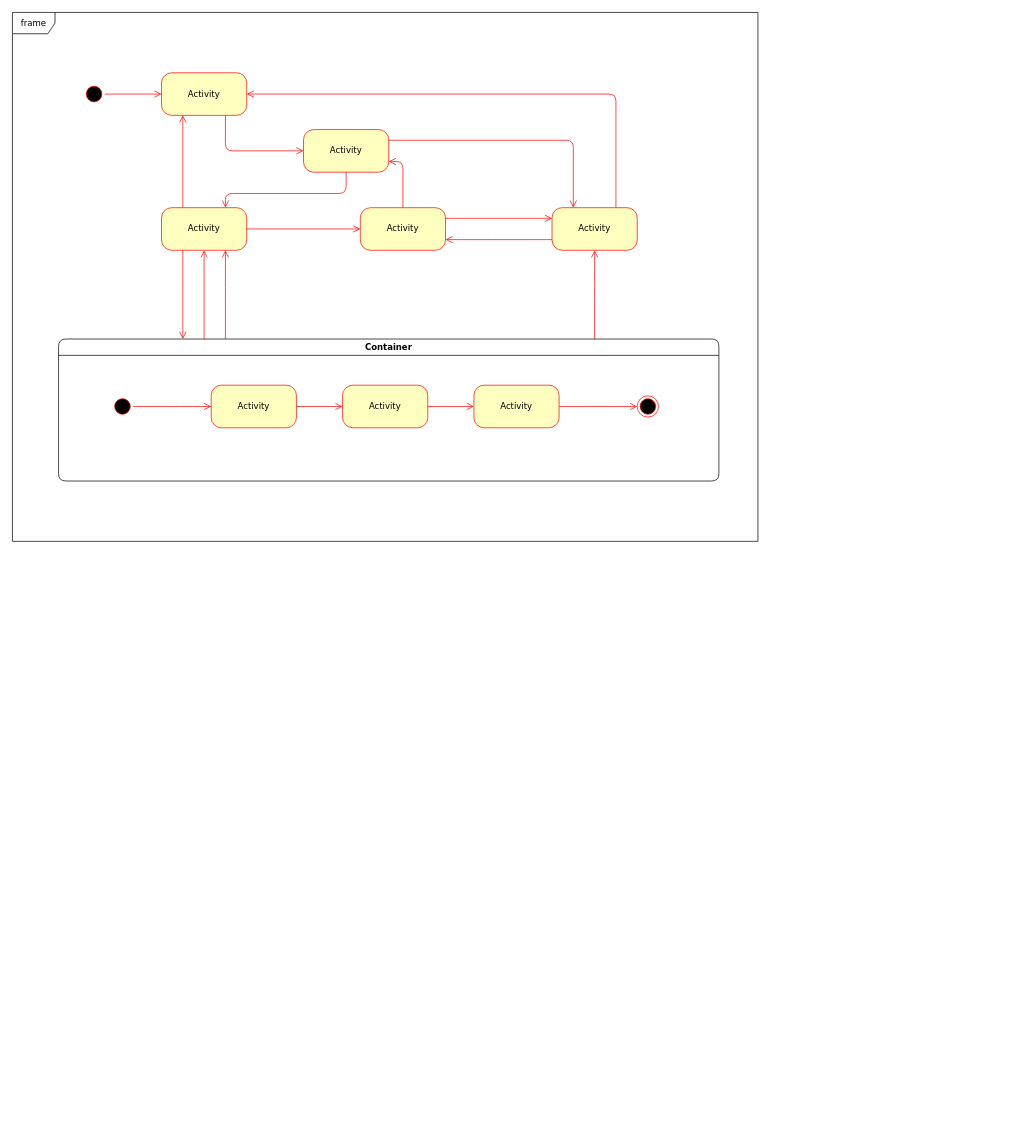
This is Untitled Diagram.drawio from ParchingSun/DrawIo, a draw.io file, before an edit. Source tidied: cells renumbered, new cells numbered last; positions are measured from the earlier drawing's top-left corner, leaving out a move shared by most shapes. Both pictures are drawn from the tidied source at 71%, with x=0, y=0 at pixel (12, 12).
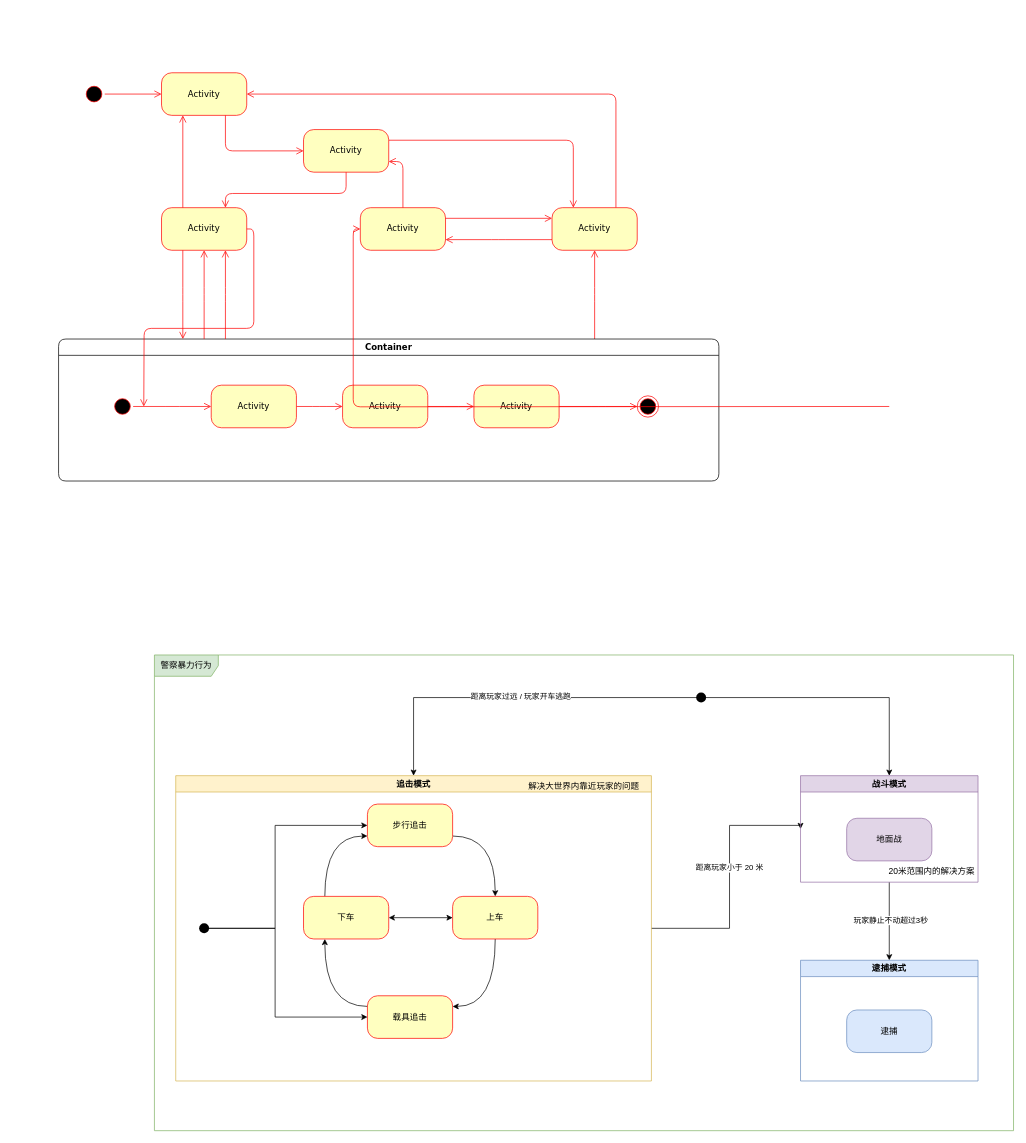
After the change.

The change refers to these unchanged cells:
```xml
<mxCell id="3" value="Activity" style="rounded=1;whiteSpace=wrap;html=1;arcSize=24;fillColor=#ffffc0;strokeColor=#ff0000;shadow=0;comic=0;labelBackgroundColor=none;fontFamily=Verdana;fontSize=12;fontColor=#000000;align=center;" parent="1" vertex="1">
  <mxGeometry x="210" y="275" width="120" height="60" as="geometry" />
</mxCell>
<mxCell id="10" value="Activity" style="rounded=1;whiteSpace=wrap;html=1;arcSize=24;fillColor=#ffffc0;strokeColor=#ff0000;shadow=0;comic=0;labelBackgroundColor=none;fontFamily=Verdana;fontSize=12;fontColor=#000000;align=center;" parent="1" vertex="1">
  <mxGeometry x="490" y="275" width="120" height="60" as="geometry" />
</mxCell>
```

Diff of the diagram source:
```diff
@@
-    <mxCell id="22" value="frame" style="shape=umlFrame;whiteSpace=wrap;html=1;rounded=1;shadow=0;comic=0;labelBackgroundColor=none;strokeWidth=1;fontFamily=Verdana;fontSize=12;align=center;" parent="1" vertex="1">
-      <mxGeometry width="1050" height="745" as="geometry" />
-    </mxCell>
@@
-    <mxCell id="27" style="edgeStyle=orthogonalEdgeStyle;html=1;exitX=1;exitY=0.5;entryX=0;entryY=0.5;labelBackgroundColor=none;endArrow=open;endSize=8;strokeColor=#ff0000;fontFamily=Verdana;fontSize=12;align=left;" parent="1" edge="1" source="3" target="10">
-      <mxGeometry relative="1" as="geometry" />
+    <mxCell id="27" style="edgeStyle=orthogonalEdgeStyle;html=1;exitX=1;exitY=0.5;entryX=0;entryY=0.5;labelBackgroundColor=none;endArrow=open;endSize=8;strokeColor=#ff0000;fontFamily=Verdana;fontSize=12;align=left;" parent="1" edge="1" target="10">
+      <mxGeometry relative="1" as="geometry">
+        <mxPoint x="1235" y="555" as="sourcePoint" />
+      </mxGeometry>
     </mxCell>
@@
+    <mxCell id="33" value="警察暴力行为" style="shape=umlFrame;whiteSpace=wrap;html=1;width=90;height=30;fillColor=#d5e8d4;strokeColor=#82b366;" parent="1" vertex="1">
+      <mxGeometry x="200" y="905" width="1210" height="670" as="geometry" />
+    </mxCell>
+    <mxCell id="34" style="edgeStyle=orthogonalEdgeStyle;rounded=0;jettySize=auto;html=1;entryX=0.5;entryY=0;entryDx=0;entryDy=0;" parent="1" edge="1" source="37" target="40">
+      <mxGeometry relative="1" as="geometry" />
+    </mxCell>
+    <mxCell id="35" value="距离玩家过远 / 玩家开车逃跑" style="edgeLabel;html=1;align=center;verticalAlign=middle;" parent="34" vertex="1">
+      <mxGeometry x="-0.01" y="-2" relative="1" as="geometry" />
+    </mxCell>
+    <mxCell id="36" style="edgeStyle=orthogonalEdgeStyle;rounded=0;jettySize=auto;html=1;" parent="1" edge="1" source="37" target="56">
+      <mxGeometry relative="1" as="geometry" />
+    </mxCell>
+    <mxCell id="37" style="shape=waypoint;sketch=0;fillStyle=solid;size=6;points=[];fillColor=none;perimeter=centerPerimeter;snapToPoint=1;strokeWidth=5;" parent="1" vertex="1">
+      <mxGeometry x="960" y="955" width="20" height="20" as="geometry" />
+    </mxCell>
+    <mxCell id="38" style="edgeStyle=orthogonalEdgeStyle;rounded=0;jettySize=auto;html=1;exitX=1;exitY=0.5;exitDx=0;exitDy=0;entryX=0;entryY=0.5;entryDx=0;entryDy=0;" parent="1" edge="1" source="40" target="56">
+      <mxGeometry relative="1" as="geometry">
+        <Array as="points">
+          <mxPoint x="1010" y="1290" />
+          <mxPoint x="1010" y="1145" />
+        </Array>
+      </mxGeometry>
+    </mxCell>
+    <mxCell id="39" value="距离玩家小于 20 米" style="edgeLabel;html=1;align=center;verticalAlign=middle;" parent="38" vertex="1">
+      <mxGeometry x="0.09" y="2" relative="1" as="geometry">
+        <mxPoint x="1" as="offset" />
+      </mxGeometry>
+    </mxCell>
+    <mxCell id="40" value="追击模式" style="swimlane;whiteSpace=wrap;html=1;fillColor=#fff2cc;strokeColor=#d6b656;" parent="1" vertex="1">
+      <mxGeometry x="230" y="1075" width="670" height="430" as="geometry" />
+    </mxCell>
+    <mxCell id="41" style="edgeStyle=orthogonalEdgeStyle;rounded=0;jettySize=auto;html=1;entryX=0.5;entryY=0;entryDx=0;entryDy=0;exitX=1;exitY=0.75;exitDx=0;exitDy=0;curved=1;" parent="40" edge="1" source="42" target="46">
+      <mxGeometry relative="1" as="geometry" />
+    </mxCell>
+    <mxCell id="42" value="步行追击" style="rounded=1;whiteSpace=wrap;html=1;arcSize=24;fillColor=#ffffc0;strokeColor=#ff0000;shadow=0;comic=0;labelBackgroundColor=none;fontFamily=Verdana;fontSize=12;fontColor=#000000;align=center;" parent="40" vertex="1">
+      <mxGeometry x="270" y="40" width="120" height="60" as="geometry" />
+    </mxCell>
+    <mxCell id="43" style="edgeStyle=orthogonalEdgeStyle;rounded=0;jettySize=auto;html=1;entryX=0.25;entryY=1;entryDx=0;entryDy=0;curved=1;exitX=0;exitY=0.25;exitDx=0;exitDy=0;" parent="40" edge="1" source="44" target="53">
+      <mxGeometry relative="1" as="geometry">
+        <Array as="points">
+          <mxPoint x="210" y="325" />
+        </Array>
+      </mxGeometry>
+    </mxCell>
+    <mxCell id="44" value="载具追击" style="rounded=1;whiteSpace=wrap;html=1;arcSize=24;fillColor=#ffffc0;strokeColor=#ff0000;shadow=0;comic=0;labelBackgroundColor=none;fontFamily=Verdana;fontSize=12;fontColor=#000000;align=center;" parent="40" vertex="1">
+      <mxGeometry x="270" y="310" width="120" height="60" as="geometry" />
+    </mxCell>
+    <mxCell id="45" style="edgeStyle=orthogonalEdgeStyle;rounded=0;jettySize=auto;html=1;entryX=1;entryY=0.25;entryDx=0;entryDy=0;curved=1;" parent="40" edge="1" source="46" target="44">
+      <mxGeometry relative="1" as="geometry" />
+    </mxCell>
+    <mxCell id="46" value="上车" style="rounded=1;whiteSpace=wrap;html=1;arcSize=24;fillColor=#ffffc0;strokeColor=#ff0000;shadow=0;comic=0;labelBackgroundColor=none;fontFamily=Verdana;fontSize=12;fontColor=#000000;align=center;" parent="40" vertex="1">
+      <mxGeometry x="390" y="170" width="120" height="60" as="geometry" />
+    </mxCell>
+    <mxCell id="47" style="edgeStyle=orthogonalEdgeStyle;rounded=0;jettySize=auto;html=1;entryX=0;entryY=0.5;entryDx=0;entryDy=0;" parent="40" edge="1" source="50" target="44">
+      <mxGeometry relative="1" as="geometry">
+        <Array as="points">
+          <mxPoint x="140" y="215" />
+          <mxPoint x="140" y="340" />
+        </Array>
+      </mxGeometry>
+    </mxCell>
+    <mxCell id="48" style="edgeStyle=orthogonalEdgeStyle;rounded=0;jettySize=auto;html=1;entryX=0;entryY=0.5;entryDx=0;entryDy=0;startArrow=classic;startFill=1;" parent="40" edge="1" source="53" target="46">
+      <mxGeometry relative="1" as="geometry" />
+    </mxCell>
+    <mxCell id="49" style="edgeStyle=orthogonalEdgeStyle;rounded=0;jettySize=auto;html=1;entryX=0;entryY=0.5;entryDx=0;entryDy=0;" parent="40" edge="1" source="50" target="42">
+      <mxGeometry relative="1" as="geometry">
+        <Array as="points">
+          <mxPoint x="140" y="215" />
+          <mxPoint x="140" y="70" />
+        </Array>
+      </mxGeometry>
+    </mxCell>
+    <mxCell id="50" style="shape=waypoint;sketch=0;fillStyle=solid;size=6;points=[];fillColor=none;perimeter=centerPerimeter;snapToPoint=1;strokeWidth=5;" parent="40" vertex="1">
+      <mxGeometry x="30" y="205" width="20" height="20" as="geometry" />
+    </mxCell>
+    <mxCell id="51" value="解决大世界内靠近玩家的问题" style="text;html=1;align=center;verticalAlign=middle;whiteSpace=wrap;rounded=0;" parent="40" vertex="1">
+      <mxGeometry x="490" width="170" height="30" as="geometry" />
+    </mxCell>
+    <mxCell id="52" style="edgeStyle=orthogonalEdgeStyle;rounded=0;jettySize=auto;html=1;entryX=0;entryY=0.75;entryDx=0;entryDy=0;curved=1;exitX=0.25;exitY=0;exitDx=0;exitDy=0;" parent="40" edge="1" source="53" target="42">
+      <mxGeometry relative="1" as="geometry" />
+    </mxCell>
+    <mxCell id="53" value="下车" style="rounded=1;whiteSpace=wrap;html=1;arcSize=24;fillColor=#ffffc0;strokeColor=#ff0000;shadow=0;comic=0;labelBackgroundColor=none;fontFamily=Verdana;fontSize=12;fontColor=#000000;align=center;" parent="40" vertex="1">
+      <mxGeometry x="180" y="170" width="120" height="60" as="geometry" />
+    </mxCell>
+    <mxCell id="54" style="edgeStyle=orthogonalEdgeStyle;rounded=0;jettySize=auto;html=1;" parent="1" edge="1" source="56" target="59">
+      <mxGeometry relative="1" as="geometry" />
+    </mxCell>
+    <mxCell id="55" value="玩家静止不动超过3秒" style="edgeLabel;html=1;align=center;verticalAlign=middle;" parent="54" vertex="1">
+      <mxGeometry x="-0.05" y="1" relative="1" as="geometry">
+        <mxPoint y="1" as="offset" />
+      </mxGeometry>
+    </mxCell>
+    <mxCell id="56" value="战斗模式" style="swimlane;whiteSpace=wrap;html=1;fillColor=#e1d5e7;strokeColor=#9673a6;" parent="1" vertex="1">
+      <mxGeometry x="1110" y="1075" width="250" height="150" as="geometry" />
+    </mxCell>
+    <mxCell id="57" value="地面战" style="rounded=1;whiteSpace=wrap;html=1;arcSize=24;fillColor=#e1d5e7;strokeColor=#9673a6;shadow=0;comic=0;labelBackgroundColor=none;fontFamily=Verdana;fontSize=12;align=center;" parent="56" vertex="1">
+      <mxGeometry x="65" y="60" width="120" height="60" as="geometry" />
+    </mxCell>
+    <mxCell id="58" value="20米范围内的解决方案" style="text;html=1;align=center;verticalAlign=middle;whiteSpace=wrap;rounded=0;" parent="56" vertex="1">
+      <mxGeometry x="100" y="120" width="170" height="30" as="geometry" />
+    </mxCell>
+    <mxCell id="59" value="逮捕模式" style="swimlane;whiteSpace=wrap;html=1;fillColor=#dae8fc;strokeColor=#6c8ebf;" parent="1" vertex="1">
+      <mxGeometry x="1110" y="1335" width="250" height="170" as="geometry" />
+    </mxCell>
+    <mxCell id="60" value="逮捕" style="rounded=1;whiteSpace=wrap;html=1;arcSize=24;fillColor=#dae8fc;strokeColor=#6c8ebf;shadow=0;comic=0;labelBackgroundColor=none;fontFamily=Verdana;fontSize=12;align=center;" parent="59" vertex="1">
+      <mxGeometry x="65" y="70" width="120" height="60" as="geometry" />
+    </mxCell>
+    <mxCell id="61" style="edgeStyle=orthogonalEdgeStyle;html=1;exitX=1;exitY=0.5;entryX=0;entryY=0.5;labelBackgroundColor=none;endArrow=open;endSize=8;strokeColor=#ff0000;fontFamily=Verdana;fontSize=12;align=left;" parent="1" edge="1" source="3">
+      <mxGeometry relative="1" as="geometry">
+        <mxPoint x="185" y="555" as="targetPoint" />
+      </mxGeometry>
+    </mxCell>
```
